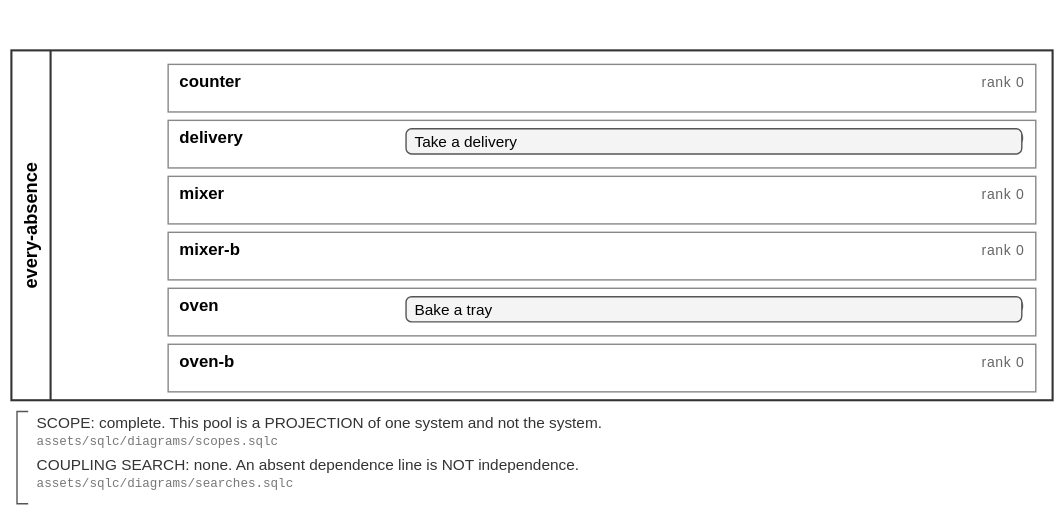
Earlier version of the BPMN export assets/svg/filings/every-absence.svg (soulstompp/process-modulus). Its source is kept beside it as assets/bpmn/filings/every-absence.bpmn. Ids are renumbered.
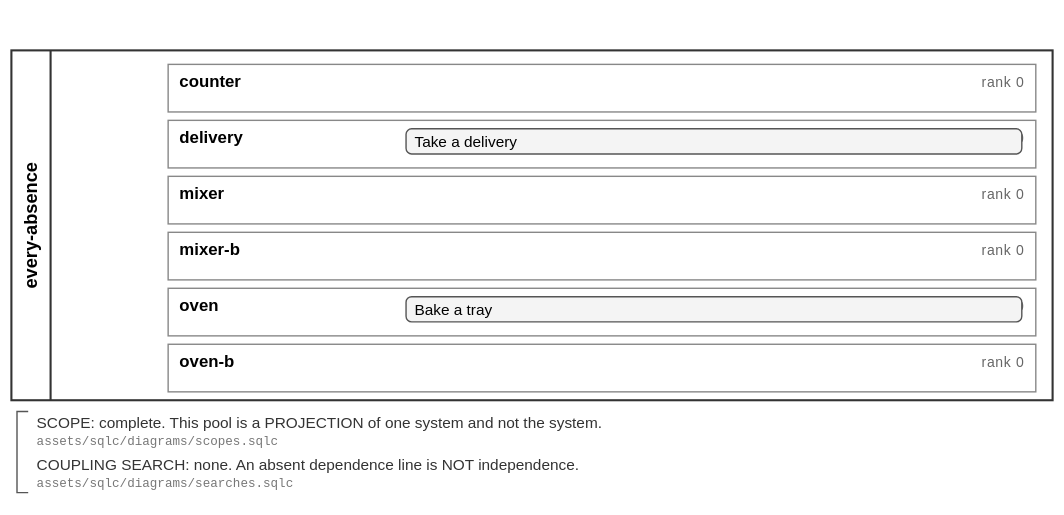
After the commit.

Change to the diagram source:
```diff
@@ -5,6 +5,7 @@
              xmlns:tns="urn:example:fixture:bakery:every-absence"
              xmlns:bpmndi="http://www.omg.org/spec/BPMN/20100524/DI"
              xmlns:dc="http://www.omg.org/spec/DD/20100524/DC"
+             xmlns:di="http://www.omg.org/spec/DD/20100524/DI"
              targetNamespace="urn:example:fixture:bakery:every-absence"
              id="defs_every-absence">
   <collaboration id="collab_every-absence">
@@ -78,6 +79,12 @@
       <bpmndi:BPMNShape id="shape_every-absence_lane_every-absence_oven-b" bpmnElement="tns:lane_every-absence_oven-b">
         <dc:Bounds x="120" y="246" width="620" height="34"/>
       </bpmndi:BPMNShape>
+      <bpmndi:BPMNShape id="shape_every-absence_note_every-absence_scope" bpmnElement="tns:note_every-absence_scope">
+        <dc:Bounds x="20" y="294" width="720" height="28"/>
+      </bpmndi:BPMNShape>
+      <bpmndi:BPMNShape id="shape_every-absence_note_every-absence_search" bpmnElement="tns:note_every-absence_search">
+        <dc:Bounds x="20" y="324" width="720" height="28"/>
+      </bpmndi:BPMNShape>
     </bpmndi:BPMNPlane>
   </bpmndi:BPMNDiagram>
 </definitions>
```
